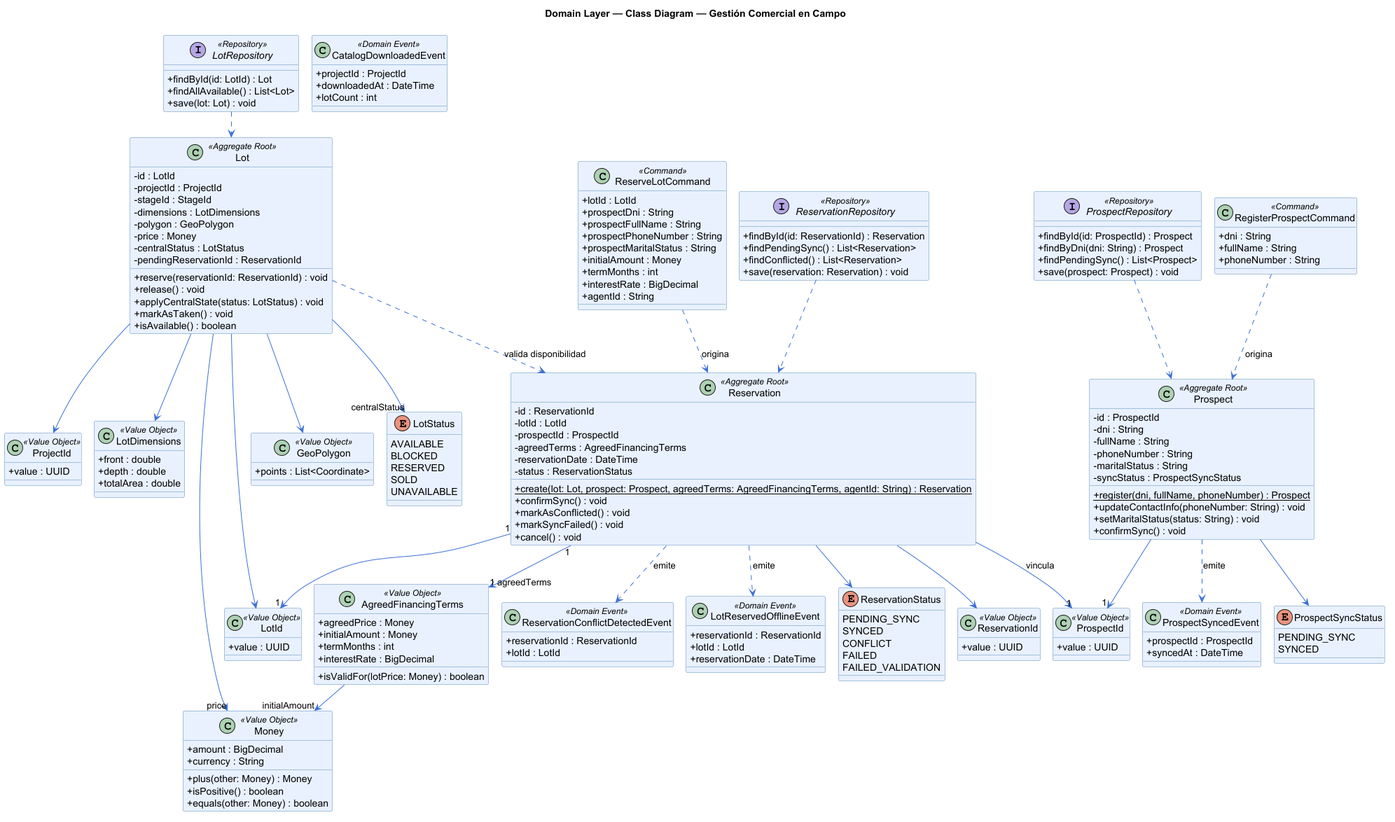
This is assets/cap2/BC-Gestion-Comercial-en-Campo-Class-Diagram.png from 1ACC0238-2620-13981-NovaCorp-InmoNode/InmoNode-Project-Report, a PlantUML export, as it was before one commit.
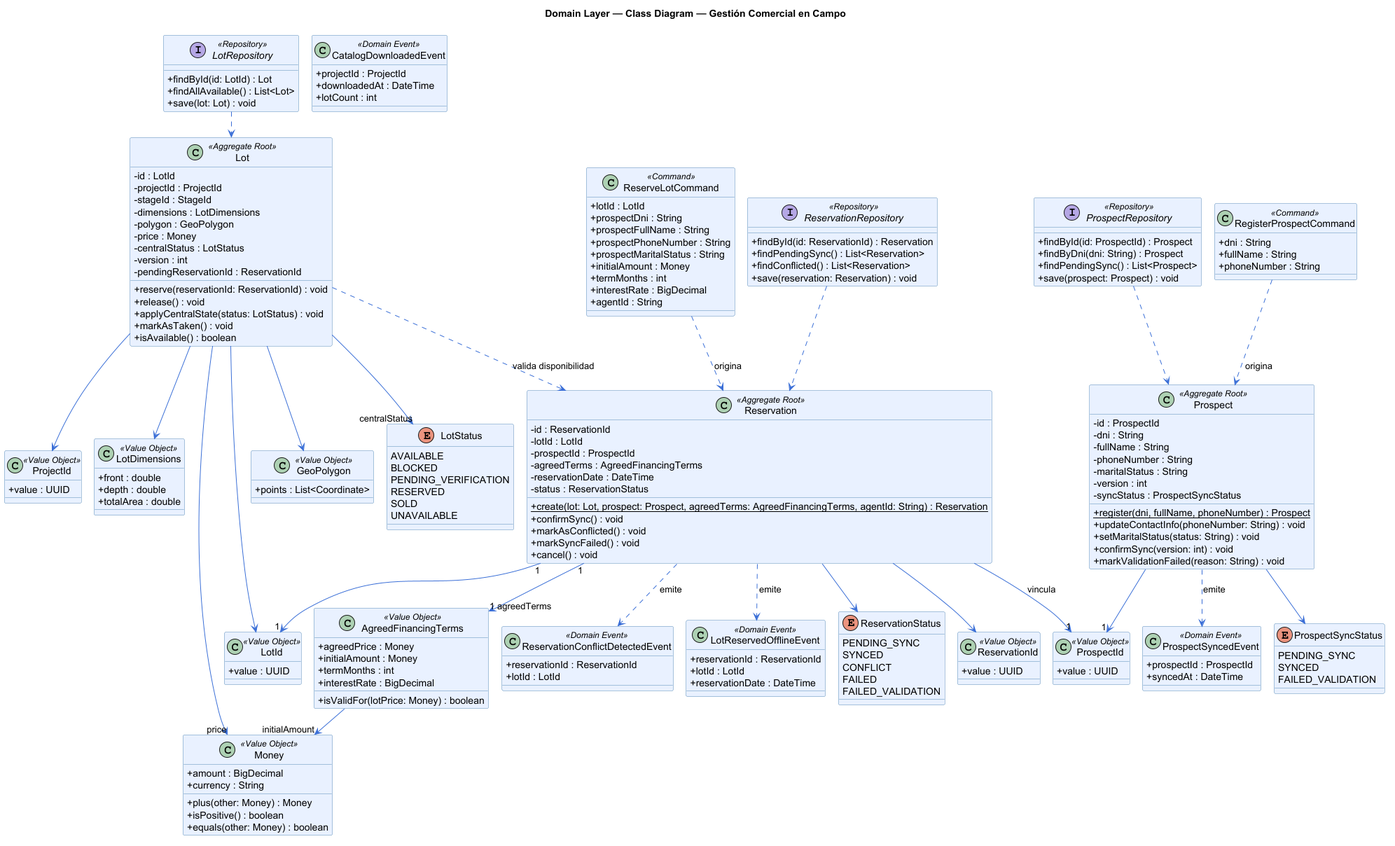
Above is the later version.

The edit, as a diff of the source:
```diff
@@ -76,6 +76,7 @@
   -polygon : GeoPolygon
   -price : Money
   -centralStatus : LotStatus
+  -version : int
   -pendingReservationId : ReservationId
   +reserve(reservationId: ReservationId) : void
   +release() : void
@@ -94,11 +95,13 @@
   -fullName : String
   -phoneNumber : String
   -maritalStatus : String
+  -version : int
   -syncStatus : ProspectSyncStatus
   +{static} register(dni, fullName, phoneNumber) : Prospect
   +updateContactInfo(phoneNumber: String) : void
   +setMaritalStatus(status: String) : void
-  +confirmSync() : void
+  +confirmSync(version: int) : void
+  +markValidationFailed(reason: String) : void
 }
 
 class ProspectSyncedEvent <<Domain Event>> {
@@ -109,6 +112,7 @@
 enum ProspectSyncStatus {
   PENDING_SYNC
   SYNCED
+  FAILED_VALIDATION
 }
 
 class AgreedFinancingTerms <<Value Object>> {
@@ -141,6 +145,7 @@
 enum LotStatus {
   AVAILABLE
   BLOCKED
+  PENDING_VERIFICATION
   RESERVED
   SOLD
   UNAVAILABLE
```
